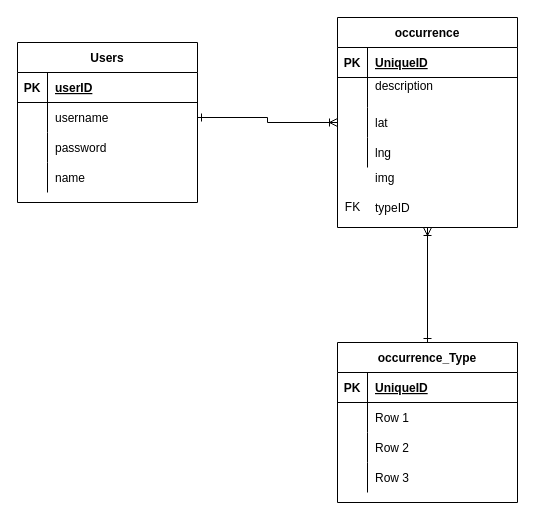
Above: TP1_WS.drawio in iampedrovieira/SLIM_WS (draw.io), before the change. Source tidied: cells renumbered, new cells numbered last; positions are measured from the earlier drawing's top-left corner, leaving out a move shared by most shapes. Both pictures are drawn from the tidied source at 100%, with x=0, y=0 at pixel (17, 17).
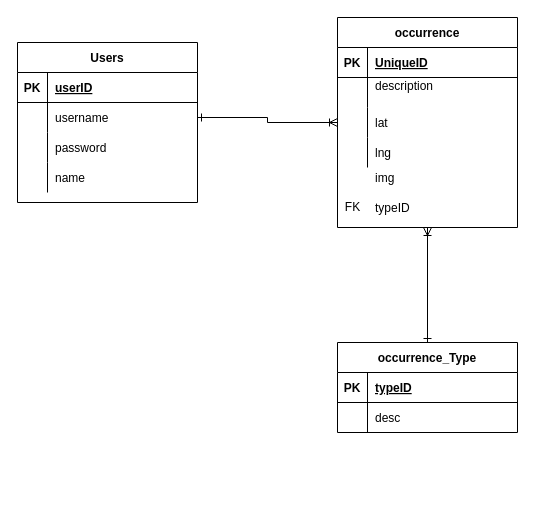
After the change.

Unchanged cells that the change refers to:
```xml
<mxCell id="30" style="shape=partialRectangle;fillColor=none;top=0;left=0;bottom=1;right=0;" parent="29" vertex="1">
  <mxGeometry y="30" width="180" height="30" as="geometry" />
</mxCell>
<mxCell id="33" style="shape=partialRectangle;fillColor=none;top=0;left=0;bottom=0;right=0;" parent="29" vertex="1">
  <mxGeometry y="60" width="180" height="30" as="geometry" />
</mxCell>
```

The edit, as a diff of the source:
```diff
@@
     <mxCell id="29" value="occurrence_Type" style="shape=table;startSize=30;childLayout=tableLayout;rowLines=0;fontStyle=1;align=center;" parent="1" vertex="1">
-      <mxGeometry x="320" y="325" width="180" height="160" as="geometry" />
+      <mxGeometry x="320" y="325" width="180" height="90" as="geometry" />
     </mxCell>
@@
-    <mxCell id="32" value="UniqueID" style="shape=partialRectangle;fillColor=none;top=0;left=0;bottom=0;right=0;align=left;spacingLeft=6;fontStyle=5;overflow=hidden;" parent="30" vertex="1">
+    <mxCell id="32" value="typeID" style="shape=partialRectangle;fillColor=none;top=0;left=0;bottom=0;right=0;align=left;spacingLeft=6;fontStyle=5;overflow=hidden;" parent="30" vertex="1">
       <mxGeometry x="30" width="150" height="30" as="geometry" />
     </mxCell>
@@
-    <mxCell id="35" value="Row 1" style="shape=partialRectangle;fillColor=none;top=0;left=0;bottom=0;right=0;align=left;spacingLeft=6;overflow=hidden;" parent="33" vertex="1">
+    <mxCell id="35" value="desc" style="shape=partialRectangle;fillColor=none;top=0;left=0;bottom=0;right=0;align=left;spacingLeft=6;overflow=hidden;" parent="33" vertex="1">
       <mxGeometry x="30" width="150" height="30" as="geometry" />
     </mxCell>
-    <mxCell id="36" style="shape=partialRectangle;fillColor=none;top=0;left=0;bottom=0;right=0;" parent="29" vertex="1">
-      <mxGeometry y="90" width="180" height="30" as="geometry" />
-    </mxCell>
-    <mxCell id="37" style="shape=partialRectangle;fillColor=none;top=0;left=0;bottom=0;right=0;overflow=hidden;" parent="36" vertex="1">
-      <mxGeometry width="30" height="30" as="geometry" />
-    </mxCell>
-    <mxCell id="38" value="Row 2" style="shape=partialRectangle;fillColor=none;top=0;left=0;bottom=0;right=0;align=left;spacingLeft=6;overflow=hidden;" parent="36" vertex="1">
-      <mxGeometry x="30" width="150" height="30" as="geometry" />
-    </mxCell>
-    <mxCell id="39" style="shape=partialRectangle;fillColor=none;top=0;left=0;bottom=0;right=0;" parent="29" vertex="1">
-      <mxGeometry y="120" width="180" height="30" as="geometry" />
-    </mxCell>
-    <mxCell id="40" style="shape=partialRectangle;fillColor=none;top=0;left=0;bottom=0;right=0;overflow=hidden;" parent="39" vertex="1">
-      <mxGeometry width="30" height="30" as="geometry" />
-    </mxCell>
-    <mxCell id="41" value="Row 3" style="shape=partialRectangle;fillColor=none;top=0;left=0;bottom=0;right=0;align=left;spacingLeft=6;overflow=hidden;" parent="39" vertex="1">
-      <mxGeometry x="30" width="150" height="30" as="geometry" />
-    </mxCell>
```
